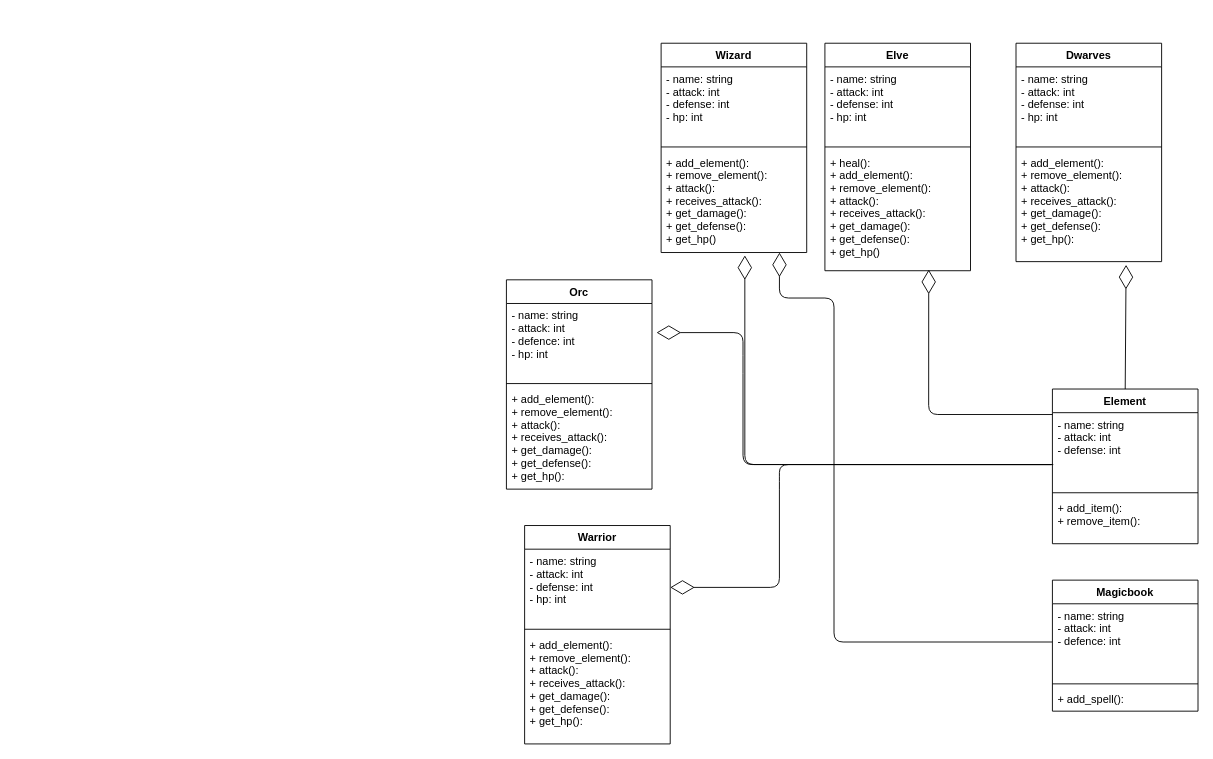
The draw.io diagram Assets/Diagrama.drawio in PII-Grupo-4/PII_RoleplayGame_1_Start, before the edit. Source tidied: cells renumbered, new cells numbered last; positions are measured from the earlier drawing's top-left corner, leaving out a move shared by most shapes. Both pictures are drawn from the tidied source at 91%, with x=0, y=0 at pixel (506, 43).
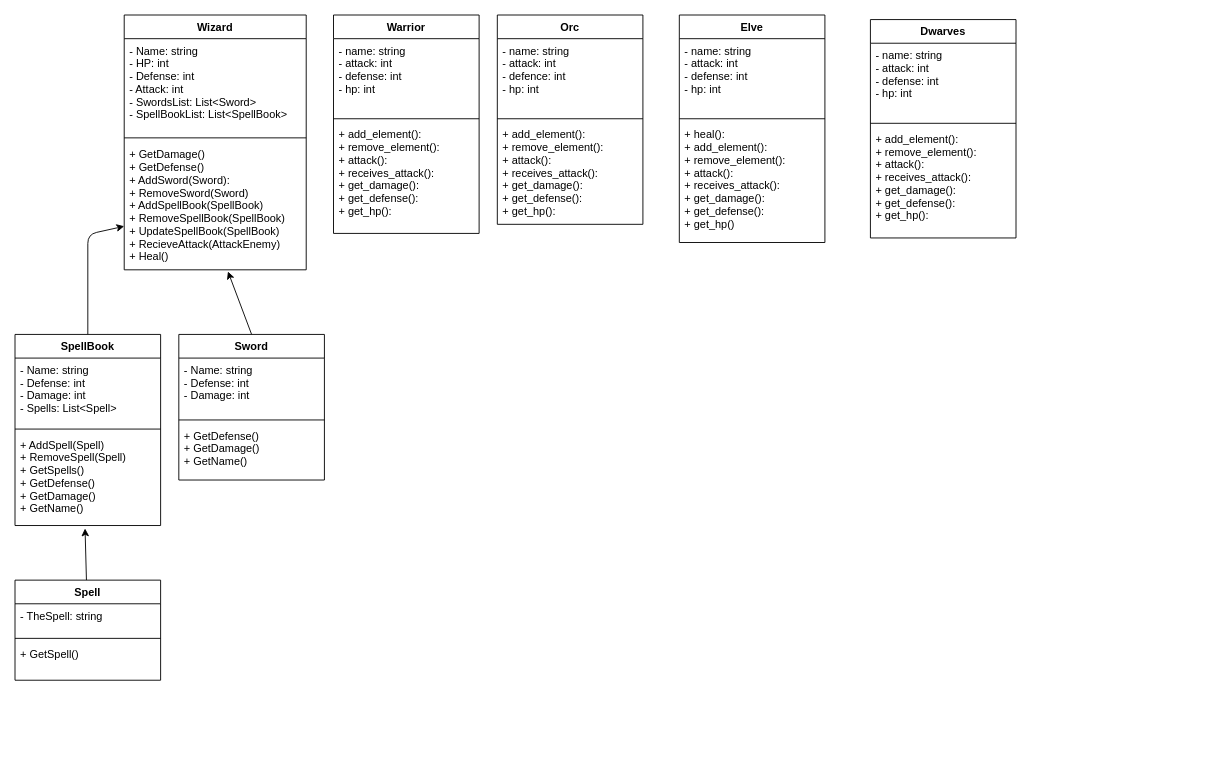
Above is the later version.

The change refers to these unchanged cells:
```xml
<mxCell id="9" value="+ heal(): &#10;+ add_element():&#10;+ remove_element():&#10;+ attack():&#10;+ receives_attack():&#10;+ get_damage():&#10;+ get_defense():&#10;+ get_hp()" style="text;strokeColor=none;fillColor=none;align=left;verticalAlign=top;spacingLeft=4;spacingRight=4;overflow=hidden;points=[[0,0.5],[1,0.5]];portConstraint=eastwest;" parent="6" vertex="1">
  <mxGeometry y="118" width="160" height="132" as="geometry" />
</mxCell>
<mxCell id="13" value="+ add_element():&#10;+ remove_element():&#10;+ attack():&#10;+ receives_attack():&#10;+ get_damage():&#10;+ get_defense():&#10;+ get_hp():" style="text;strokeColor=none;fillColor=none;align=left;verticalAlign=top;spacingLeft=4;spacingRight=4;overflow=hidden;points=[[0,0.5],[1,0.5]];portConstraint=eastwest;" parent="10" vertex="1">
  <mxGeometry y="118" width="160" height="122" as="geometry" />
</mxCell>
<mxCell id="15" value="- name: string&#10;- attack: int&#10;- defence: int&#10;- hp: int" style="text;strokeColor=none;fillColor=none;align=left;verticalAlign=top;spacingLeft=4;spacingRight=4;overflow=hidden;points=[[0,0.5],[1,0.5]];portConstraint=eastwest;" parent="14" vertex="1">
  <mxGeometry y="26" width="160" height="84" as="geometry" />
</mxCell>
```

Change to the diagram source:
```diff
@@
     <mxCell id="2" value="Wizard" style="swimlane;fontStyle=1;align=center;verticalAlign=top;horizontal=1;startSize=26;" parent="1" vertex="1">
-      <mxGeometry x="170" width="160" height="230" as="geometry" />
+      <mxGeometry x="-420" y="-31" width="200" height="280" as="geometry" />
     </mxCell>
-    <mxCell id="3" value="- name: string&#10;- attack: int&#10;- defense: int&#10;- hp: int" style="text;strokeColor=none;fillColor=none;align=left;verticalAlign=top;spacingLeft=4;spacingRight=4;overflow=hidden;" parent="2" vertex="1">
-      <mxGeometry y="26" width="160" height="84" as="geometry" />
+    <mxCell id="3" value="- Name: string&#10;- HP: int&#10;- Defense: int&#10;- Attack: int&#10;- SwordsList: List&lt;Sword&gt;&#10;- SpellBookList: List&lt;SpellBook&gt; &#10;" style="text;strokeColor=none;fillColor=none;align=left;verticalAlign=top;spacingLeft=4;spacingRight=4;overflow=hidden;" parent="2" vertex="1">
+      <mxGeometry y="26" width="200" height="104" as="geometry" />
     </mxCell>
     <mxCell id="4" style="line;strokeWidth=1;fillColor=none;align=left;verticalAlign=middle;spacingTop=-1;spacingLeft=3;spacingRight=3;labelPosition=right;" parent="2" vertex="1">
-      <mxGeometry y="110" width="160" height="8" as="geometry" />
+      <mxGeometry y="130" width="200" height="10" as="geometry" />
     </mxCell>
-    <mxCell id="5" value="+ add_element():&#10;+ remove_element():&#10;+ attack():&#10;+ receives_attack():&#10;+ get_damage():&#10;+ get_defense():&#10;+ get_hp()" style="text;strokeColor=none;fillColor=none;align=left;verticalAlign=top;spacingLeft=4;spacingRight=4;overflow=hidden;points=[[0,0.5],[1,0.5]];portConstraint=eastwest;" parent="2" vertex="1">
-      <mxGeometry y="118" width="160" height="112" as="geometry" />
+    <mxCell id="5" value="+ GetDamage()&#10;+ GetDefense()&#10;+ AddSword(Sword):&#10;+ RemoveSword(Sword)&#10;+ AddSpellBook(SpellBook)&#10;+ RemoveSpellBook(SpellBook)&#10;+ UpdateSpellBook(SpellBook)&#10;+ RecieveAttack(AttackEnemy)&#10;+ Heal()" style="text;strokeColor=none;fillColor=none;align=left;verticalAlign=top;spacingLeft=4;spacingRight=4;overflow=hidden;points=[[0,0.5],[1,0.5]];portConstraint=eastwest;" parent="2" vertex="1">
+      <mxGeometry y="140" width="200" height="140" as="geometry" />
     </mxCell>
     <mxCell id="6" value="Elve" style="swimlane;fontStyle=1;align=center;verticalAlign=top;horizontal=1;startSize=26;" parent="1" vertex="1">
-      <mxGeometry x="350" width="160" height="250" as="geometry" />
+      <mxGeometry x="190" y="-31" width="160" height="250" as="geometry" />
     </mxCell>
@@
     <mxCell id="10" value="Dwarves&#10;" style="swimlane;fontStyle=1;align=center;verticalAlign=top;horizontal=1;startSize=26;" parent="1" vertex="1">
-      <mxGeometry x="560" width="160" height="240" as="geometry" />
+      <mxGeometry x="400" y="-26" width="160" height="240" as="geometry" />
     </mxCell>
@@
+    <mxCell id="18" value="Warrior" style="swimlane;fontStyle=1;align=center;verticalAlign=top;horizontal=1;startSize=26;" parent="1" vertex="1">
+      <mxGeometry x="-190" y="-31" width="160" height="240" as="geometry" />
+    </mxCell>
+    <mxCell id="19" value="- name: string&#10;- attack: int&#10;- defense: int&#10;- hp: int" style="text;strokeColor=none;fillColor=none;align=left;verticalAlign=top;spacingLeft=4;spacingRight=4;overflow=hidden;points=[[0,0.5],[1,0.5]];portConstraint=eastwest;" parent="18" vertex="1">
+      <mxGeometry y="26" width="160" height="84" as="geometry" />
+    </mxCell>
+    <mxCell id="20" style="line;strokeWidth=1;fillColor=none;align=left;verticalAlign=middle;spacingTop=-1;spacingLeft=3;spacingRight=3;labelPosition=right;" parent="18" vertex="1">
+      <mxGeometry y="110" width="160" height="8" as="geometry" />
+    </mxCell>
+    <mxCell id="21" value="+ add_element():&#10;+ remove_element():&#10;+ attack():&#10;+ receives_attack():&#10;+ get_damage():&#10;+ get_defense():&#10;+ get_hp():" style="text;strokeColor=none;fillColor=none;align=left;verticalAlign=top;spacingLeft=4;spacingRight=4;overflow=hidden;" parent="18" vertex="1">
+      <mxGeometry y="118" width="160" height="122" as="geometry" />
+    </mxCell>
+    <mxCell id="36" style="edgeStyle=none;html=1;" parent="1" edge="1" source="26" target="5">
+      <mxGeometry relative="1" as="geometry">
+        <Array as="points">
+          <mxPoint x="-460" y="210" />
+        </Array>
+      </mxGeometry>
+    </mxCell>
+    <mxCell id="26" value="SpellBook" style="swimlane;fontStyle=1;align=center;verticalAlign=top;horizontal=1;startSize=26;" parent="1" vertex="1">
+      <mxGeometry x="-540" y="320" width="160" height="210" as="geometry" />
+    </mxCell>
+    <mxCell id="29" value="- Name: string&#10;- Defense: int&#10;- Damage: int&#10;- Spells: List&lt;Spell&gt;" style="text;strokeColor=none;fillColor=none;align=left;verticalAlign=top;spacingLeft=4;spacingRight=4;overflow=hidden;" parent="26" vertex="1">
+      <mxGeometry y="26" width="160" height="74" as="geometry" />
+    </mxCell>
+    <mxCell id="28" style="line;strokeWidth=1;fillColor=none;align=left;verticalAlign=middle;spacingTop=-1;spacingLeft=3;spacingRight=3;labelPosition=right;" parent="26" vertex="1">
+      <mxGeometry y="100" width="160" height="8" as="geometry" />
+    </mxCell>
+    <mxCell id="27" value="+ AddSpell(Spell)&#10;+ RemoveSpell(Spell)&#10;+ GetSpells()&#10;+ GetDefense()&#10;+ GetDamage()&#10;+ GetName()" style="text;strokeColor=none;fillColor=none;align=left;verticalAlign=top;spacingLeft=4;spacingRight=4;overflow=hidden;points=[[0,0.5],[1,0.5]];portConstraint=eastwest;" parent="26" vertex="1">
+      <mxGeometry y="108" width="160" height="102" as="geometry" />
+    </mxCell>
     <mxCell id="14" value="Orc" style="swimlane;fontStyle=1;align=center;verticalAlign=top;horizontal=1;startSize=26;" parent="1" vertex="1">
-      <mxGeometry y="260" width="160" height="230" as="geometry" />
+      <mxGeometry x="-10" y="-31" width="160" height="230" as="geometry" />
     </mxCell>
@@
-    <mxCell id="18" value="Warrior" style="swimlane;fontStyle=1;align=center;verticalAlign=top;horizontal=1;startSize=26;" parent="1" vertex="1">
-      <mxGeometry x="20" y="530" width="160" height="240" as="geometry" />
-    </mxCell>
-    <mxCell id="19" value="- name: string&#10;- attack: int&#10;- defense: int&#10;- hp: int" style="text;strokeColor=none;fillColor=none;align=left;verticalAlign=top;spacingLeft=4;spacingRight=4;overflow=hidden;points=[[0,0.5],[1,0.5]];portConstraint=eastwest;" parent="18" vertex="1">
-      <mxGeometry y="26" width="160" height="84" as="geometry" />
-    </mxCell>
-    <mxCell id="20" style="line;strokeWidth=1;fillColor=none;align=left;verticalAlign=middle;spacingTop=-1;spacingLeft=3;spacingRight=3;labelPosition=right;" parent="18" vertex="1">
-      <mxGeometry y="110" width="160" height="8" as="geometry" />
-    </mxCell>
-    <mxCell id="21" value="+ add_element():&#10;+ remove_element():&#10;+ attack():&#10;+ receives_attack():&#10;+ get_damage():&#10;+ get_defense():&#10;+ get_hp():" style="text;strokeColor=none;fillColor=none;align=left;verticalAlign=top;spacingLeft=4;spacingRight=4;overflow=hidden;" parent="18" vertex="1">
-      <mxGeometry y="118" width="160" height="122" as="geometry" />
-    </mxCell>
-    <mxCell id="22" value="Element" style="swimlane;fontStyle=1;align=center;verticalAlign=top;horizontal=1;startSize=26;" parent="1" vertex="1">
-      <mxGeometry x="600" y="380" width="160" height="170" as="geometry" />
-    </mxCell>
-    <mxCell id="23" value="- name: string&#10;- attack: int&#10;- defense: int" style="text;strokeColor=none;fillColor=none;align=left;verticalAlign=top;spacingLeft=4;spacingRight=4;overflow=hidden;points=[[0,0.5],[1,0.5]];portConstraint=eastwest;" parent="22" vertex="1">
-      <mxGeometry y="26" width="160" height="84" as="geometry" />
-    </mxCell>
-    <mxCell id="24" style="line;strokeWidth=1;fillColor=none;align=left;verticalAlign=middle;spacingTop=-1;spacingLeft=3;spacingRight=3;labelPosition=right;" parent="22" vertex="1">
-      <mxGeometry y="110" width="160" height="8" as="geometry" />
-    </mxCell>
-    <mxCell id="25" value="+ add_item():&#10;+ remove_item():" style="text;strokeColor=none;fillColor=none;align=left;verticalAlign=top;spacingLeft=4;spacingRight=4;overflow=hidden;" parent="22" vertex="1">
-      <mxGeometry y="118" width="160" height="52" as="geometry" />
-    </mxCell>
-    <mxCell id="26" value="Magicbook" style="swimlane;fontStyle=1;align=center;verticalAlign=top;horizontal=1;startSize=26;" parent="1" vertex="1">
-      <mxGeometry x="600" y="590" width="160" height="144" as="geometry" />
-    </mxCell>
-    <mxCell id="27" value="- name: string&#10;- attack: int&#10;- defence: int" style="text;strokeColor=none;fillColor=none;align=left;verticalAlign=top;spacingLeft=4;spacingRight=4;overflow=hidden;points=[[0,0.5],[1,0.5]];portConstraint=eastwest;" parent="26" vertex="1">
-      <mxGeometry y="26" width="160" height="84" as="geometry" />
-    </mxCell>
-    <mxCell id="28" style="line;strokeWidth=1;fillColor=none;align=left;verticalAlign=middle;spacingTop=-1;spacingLeft=3;spacingRight=3;labelPosition=right;" parent="26" vertex="1">
-      <mxGeometry y="110" width="160" height="8" as="geometry" />
-    </mxCell>
-    <mxCell id="29" value="+ add_spell():&#10;" style="text;strokeColor=none;fillColor=none;align=left;verticalAlign=top;spacingLeft=4;spacingRight=4;overflow=hidden;" parent="26" vertex="1">
-      <mxGeometry y="118" width="160" height="26" as="geometry" />
-    </mxCell>
-    <mxCell id="30" style="endArrow=diamondThin;endFill=0;endSize=24;html=1;exitX=0.5;exitY=0;exitDx=0;exitDy=0;entryX=0.756;entryY=1.029;entryDx=0;entryDy=0;entryPerimeter=0;" parent="1" edge="1" source="22" target="13">
-      <mxGeometry relative="1" as="geometry" />
-    </mxCell>
-    <mxCell id="31" style="endArrow=diamondThin;endFill=0;endSize=24;html=1;exitX=0;exitY=0.024;exitDx=0;exitDy=0;exitPerimeter=0;entryX=0.713;entryY=0.991;entryDx=0;entryDy=0;entryPerimeter=0;" parent="1" edge="1" source="23" target="9">
-      <mxGeometry relative="1" as="geometry">
-        <Array as="points">
-          <mxPoint x="464" y="408" />
-        </Array>
-      </mxGeometry>
-    </mxCell>
-    <mxCell id="32" style="endArrow=diamondThin;endFill=0;endSize=24;html=1;exitX=-0.006;exitY=0.679;exitDx=0;exitDy=0;entryX=0.575;entryY=1.028;entryDx=0;entryDy=0;entryPerimeter=0;exitPerimeter=0;" parent="1" edge="1" source="23" target="5">
-      <mxGeometry relative="1" as="geometry">
-        <Array as="points">
-          <mxPoint x="262" y="463" />
-        </Array>
-      </mxGeometry>
-    </mxCell>
-    <mxCell id="33" style="endArrow=diamondThin;endFill=0;endSize=24;html=1;entryX=1.031;entryY=0.381;entryDx=0;entryDy=0;entryPerimeter=0;exitX=-0.006;exitY=0.679;exitDx=0;exitDy=0;exitPerimeter=0;" parent="1" edge="1" source="23" target="15">
-      <mxGeometry relative="1" as="geometry">
-        <Array as="points">
-          <mxPoint x="310" y="463" />
-          <mxPoint x="260" y="463" />
-          <mxPoint x="260" y="353" />
-          <mxPoint x="260" y="318" />
-        </Array>
-      </mxGeometry>
-    </mxCell>
-    <mxCell id="34" style="endArrow=diamondThin;endFill=0;endSize=24;html=1;exitX=0.006;exitY=0.679;exitDx=0;exitDy=0;exitPerimeter=0;entryX=1;entryY=0.5;entryDx=0;entryDy=0;" parent="1" edge="1" source="23" target="19">
-      <mxGeometry relative="1" as="geometry">
-        <Array as="points">
-          <mxPoint x="300" y="463" />
-          <mxPoint x="300" y="480" />
-          <mxPoint x="300" y="598" />
-        </Array>
-      </mxGeometry>
-    </mxCell>
-    <mxCell id="35" style="endArrow=diamondThin;endFill=0;endSize=24;html=1;exitX=0;exitY=0.5;exitDx=0;exitDy=0;entryX=0.813;entryY=1;entryDx=0;entryDy=0;entryPerimeter=0;" parent="1" edge="1" source="27" target="5">
-      <mxGeometry relative="1" as="geometry">
-        <Array as="points">
-          <mxPoint x="360" y="658" />
-          <mxPoint x="360" y="280" />
-          <mxPoint x="300" y="280" />
-        </Array>
-      </mxGeometry>
-    </mxCell>
+    <mxCell id="37" style="edgeStyle=none;html=1;entryX=0.481;entryY=1.032;entryDx=0;entryDy=0;entryPerimeter=0;" parent="1" edge="1" source="38" target="27">
+      <mxGeometry relative="1" as="geometry" />
+    </mxCell>
+    <mxCell id="38" value="Spell" style="swimlane;fontStyle=1;align=center;verticalAlign=top;horizontal=1;startSize=26;" parent="1" vertex="1">
+      <mxGeometry x="-540" y="590" width="160" height="110" as="geometry" />
+    </mxCell>
+    <mxCell id="39" value="- TheSpell: string" style="text;strokeColor=none;fillColor=none;align=left;verticalAlign=top;spacingLeft=4;spacingRight=4;overflow=hidden;" parent="38" vertex="1">
+      <mxGeometry y="26" width="160" height="34" as="geometry" />
+    </mxCell>
+    <mxCell id="40" style="line;strokeWidth=1;fillColor=none;align=left;verticalAlign=middle;spacingTop=-1;spacingLeft=3;spacingRight=3;labelPosition=right;" parent="38" vertex="1">
+      <mxGeometry y="60" width="160" height="8" as="geometry" />
+    </mxCell>
+    <mxCell id="41" value="+ GetSpell()" style="text;strokeColor=none;fillColor=none;align=left;verticalAlign=top;spacingLeft=4;spacingRight=4;overflow=hidden;" parent="38" vertex="1">
+      <mxGeometry y="68" width="160" height="42" as="geometry" />
+    </mxCell>
+    <mxCell id="42" style="edgeStyle=none;html=1;exitX=0.5;exitY=0;exitDx=0;exitDy=0;entryX=0.57;entryY=1.013;entryDx=0;entryDy=0;entryPerimeter=0;" parent="1" edge="1" source="43" target="5">
+      <mxGeometry relative="1" as="geometry" />
+    </mxCell>
+    <mxCell id="43" value="Sword" style="swimlane;fontStyle=1;align=center;verticalAlign=top;horizontal=1;startSize=26;" parent="1" vertex="1">
+      <mxGeometry x="-360" y="320" width="160" height="160" as="geometry" />
+    </mxCell>
+    <mxCell id="44" value="- Name: string&#10;- Defense: int&#10;- Damage: int" style="text;strokeColor=none;fillColor=none;align=left;verticalAlign=top;spacingLeft=4;spacingRight=4;overflow=hidden;" parent="43" vertex="1">
+      <mxGeometry y="26" width="160" height="64" as="geometry" />
+    </mxCell>
+    <mxCell id="45" style="line;strokeWidth=1;fillColor=none;align=left;verticalAlign=middle;spacingTop=-1;spacingLeft=3;spacingRight=3;labelPosition=right;" parent="43" vertex="1">
+      <mxGeometry y="90" width="160" height="8" as="geometry" />
+    </mxCell>
+    <mxCell id="46" value="+ GetDefense()&#10;+ GetDamage()&#10;+ GetName()" style="text;strokeColor=none;fillColor=none;align=left;verticalAlign=top;spacingLeft=4;spacingRight=4;overflow=hidden;" parent="43" vertex="1">
+      <mxGeometry y="98" width="160" height="62" as="geometry" />
+    </mxCell>
```
